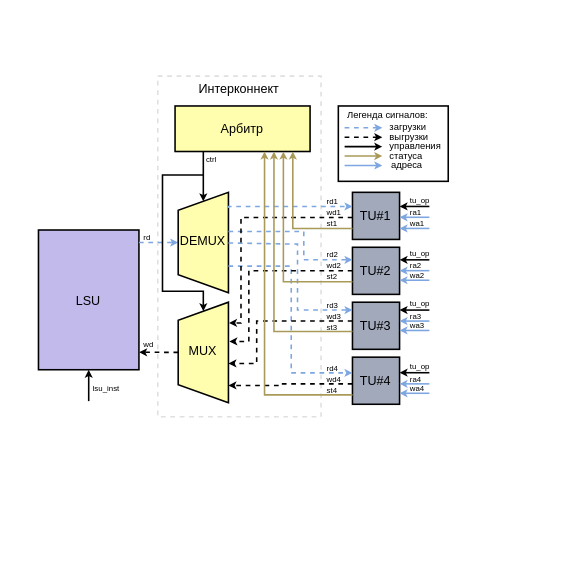
Before: docs/starukhin_dissertation/images/svg/interconnect.drawio in HaMeNopeDiot/hardware_gpu, a draw.io diagram. Source tidied: cells renumbered, new cells numbered last; positions are measured from the earlier drawing's top-left corner, leaving out a move shared by most shapes. Both pictures are drawn from the tidied source at 157%, with x=0, y=0 at pixel (38, 75).
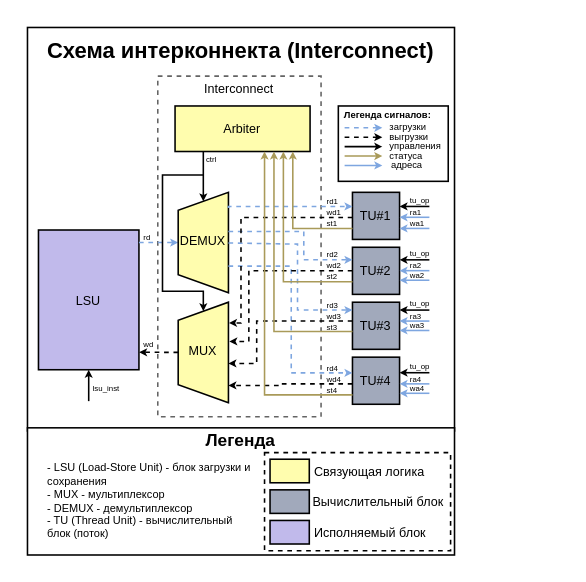
The same diagram, later.

Change to the diagram source:
```diff
@@
+    <mxCell id="79" value="Схема интерконнекта (Interconnect)" style="rounded=0;whiteSpace=wrap;html=1;verticalAlign=top;fontSize=14;fontStyle=1;" parent="1" vertex="1">
+      <mxGeometry x="-7" y="-31" width="272" height="257" as="geometry" />
+    </mxCell>
+    <mxCell id="80" value="&lt;b&gt;Легенда&lt;/b&gt;" style="rounded=0;whiteSpace=wrap;html=1;align=center;verticalAlign=top;spacing=-3;fontSize=11;" parent="1" vertex="1">
+      <mxGeometry x="-7" y="224" width="272" height="81" as="geometry" />
+    </mxCell>
-    <mxCell id="2" value="Интерконнект" style="rounded=0;whiteSpace=wrap;html=1;fontColor=light-dark(#000000,#000000);fillColor=none;strokeColor=light-dark(#E0E0E0,#E0E0E0);labelPosition=center;verticalLabelPosition=top;align=center;verticalAlign=bottom;fontSize=8;spacing=-14;dashed=1;" parent="1" vertex="1">
+    <mxCell id="2" value="Interconnect" style="rounded=0;whiteSpace=wrap;html=1;fontColor=light-dark(#000000,#000000);fillColor=none;strokeColor=light-dark(#646464,#E0E0E0);labelPosition=center;verticalLabelPosition=top;align=center;verticalAlign=bottom;fontSize=8;spacing=-14;dashed=1;" parent="1" vertex="1">
       <mxGeometry x="76" width="104" height="217" as="geometry" />
     </mxCell>
@@
-    <mxCell id="23" value="Арбитр" style="rounded=0;whiteSpace=wrap;html=1;fillColor=light-dark(#FFFDAE,#FFFDAE);fontSize=8;fontColor=light-dark(#000000,#000000);strokeColor=light-dark(#000000,#000000);" parent="1" vertex="1">
+    <mxCell id="23" value="Arbiter" style="rounded=0;whiteSpace=wrap;html=1;fillColor=light-dark(#FFFDAE,#FFFDAE);fontSize=8;fontColor=light-dark(#000000,#000000);strokeColor=light-dark(#000000,#000000);" parent="1" vertex="1">
       <mxGeometry x="87" y="19" width="86" height="29" as="geometry" />
     </mxCell>
@@
-    <mxCell id="37" value="Легенда сигналов:" style="text;html=1;whiteSpace=wrap;strokeColor=none;fillColor=none;align=left;verticalAlign=middle;rounded=0;fontSize=6;fontColor=light-dark(#000000,#000000);" parent="1" vertex="1">
-      <mxGeometry x="194.5" y="22" width="67" height="6" as="geometry" />
+    <mxCell id="37" value="Легенда сигналов:" style="text;html=1;whiteSpace=wrap;strokeColor=none;fillColor=none;align=left;verticalAlign=middle;rounded=0;fontSize=6;fontColor=light-dark(#000000,#000000);fontStyle=1;" parent="1" vertex="1">
+      <mxGeometry x="193" y="22" width="67" height="6" as="geometry" />
     </mxCell>
@@
+    <mxCell id="81" style="group;fontSize=8;" parent="1" vertex="1">
+      <mxGeometry x="147.5" y="283" width="138.5" height="19.2" as="geometry" />
+    </mxCell>
+    <mxCell id="82" style="rounded=0;whiteSpace=wrap;html=1;dashed=1;" parent="81" vertex="1">
+      <mxGeometry x="-3.5" y="-43.2" width="118.5" height="62.5" as="geometry" />
+    </mxCell>
+    <mxCell id="83" style="rounded=0;whiteSpace=wrap;html=1;fillColor=light-dark(#C1BAEB,#FFFFFF);fontSize=8;" parent="81" vertex="1">
+      <mxGeometry width="25" height="15" as="geometry" />
+    </mxCell>
+    <mxCell id="84" value="Связующая логика" style="text;html=1;whiteSpace=wrap;strokeColor=none;fillColor=none;align=left;verticalAlign=middle;rounded=0;fontSize=8;" parent="81" vertex="1">
+      <mxGeometry x="26.5" y="-44" width="112" height="25" as="geometry" />
+    </mxCell>
@@
+    <mxCell id="85" value="- LSU (Load-Store Unit) - блок загрузки и сохранения&lt;div&gt;- MUX - мультиплексор&lt;/div&gt;&lt;div&gt;- DEMUX - демультиплексор&lt;/div&gt;&lt;div&gt;- TU (Thread Unit) - вычислительный блок (поток)&lt;br&gt;&lt;/div&gt;" style="text;html=1;whiteSpace=wrap;strokeColor=none;fillColor=none;align=left;verticalAlign=middle;rounded=0;fontSize=7;" parent="1" vertex="1">
+      <mxGeometry x="4" y="245" width="134" height="52" as="geometry" />
+    </mxCell>
+    <mxCell id="86" style="group;fontSize=8;" parent="1" vertex="1">
+      <mxGeometry x="147.5" y="263.5" width="183.5" height="39.5" as="geometry" />
+    </mxCell>
+    <mxCell id="87" style="rounded=0;whiteSpace=wrap;html=1;fillColor=light-dark(#A1A9BB,#FFFFFF);fontSize=8;" parent="86" vertex="1">
+      <mxGeometry width="25" height="15" as="geometry" />
+    </mxCell>
+    <mxCell id="88" value="Вычислительный блок" style="text;html=1;whiteSpace=wrap;strokeColor=none;fillColor=none;align=left;verticalAlign=middle;rounded=0;fontSize=8;" parent="86" vertex="1">
+      <mxGeometry x="25.5" y="-5" width="158" height="25" as="geometry" />
+    </mxCell>
+    <mxCell id="89" value="Исполняемый блок" style="text;html=1;whiteSpace=wrap;strokeColor=none;fillColor=none;align=left;verticalAlign=middle;rounded=0;fontSize=8;" parent="86" vertex="1">
+      <mxGeometry x="26.5" y="14.5" width="112" height="25" as="geometry" />
+    </mxCell>
+    <mxCell id="90" style="group;fontSize=8;" parent="1" vertex="1">
+      <mxGeometry x="147.5" y="239" width="25" height="25" as="geometry" />
+    </mxCell>
+    <mxCell id="91" style="rounded=0;whiteSpace=wrap;html=1;fillColor=#FFFDAE;fontSize=8;" parent="90" vertex="1">
+      <mxGeometry y="5" width="25" height="15" as="geometry" />
+    </mxCell>
```
